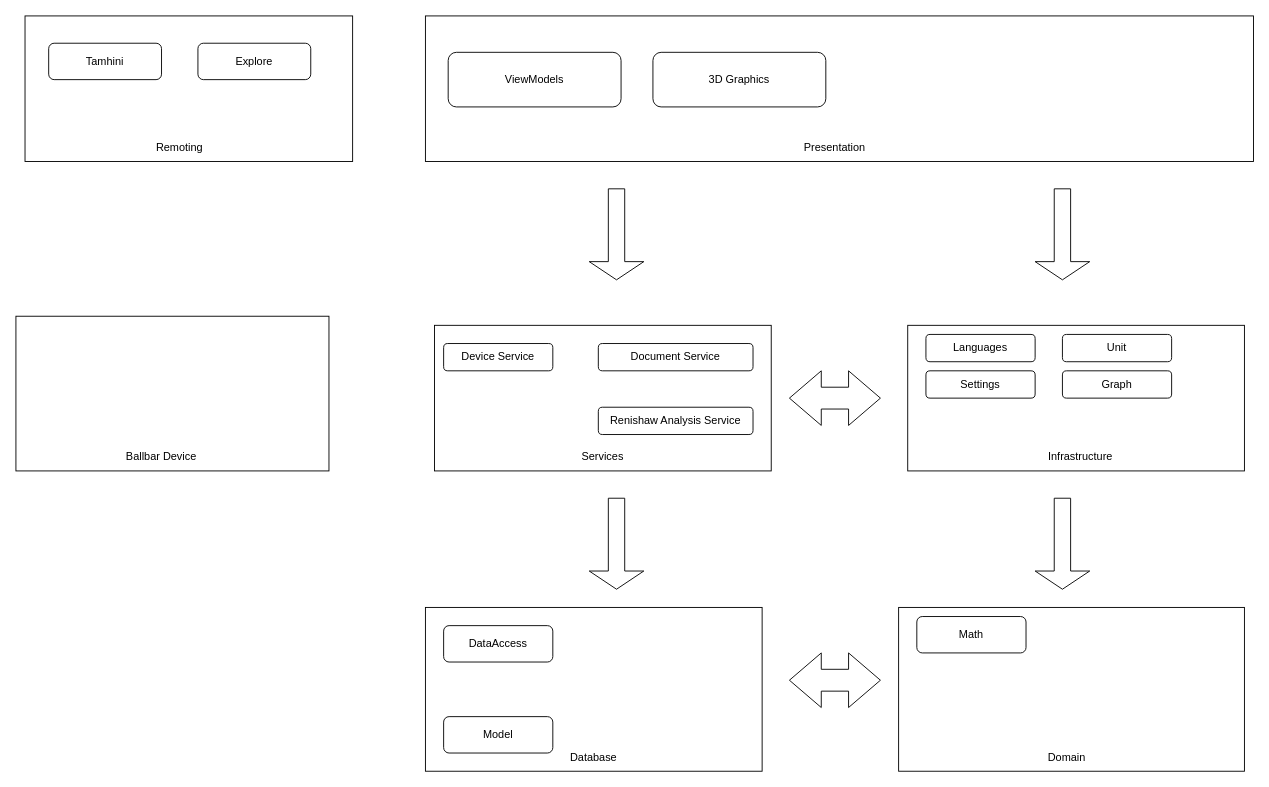
AmolSJawalkar/DrawIO keeps this draw.io diagram as page "Layered Diagram" (1 of 4) of Caesar/Caesar Architecture.drawio. Above is the earlier version. Source tidied: cells renumbered, new cells numbered last; positions are measured from the earlier drawing's top-left corner, leaving out a move shared by most shapes. Both pictures are drawn from the tidied source at 91%, with x=0, y=0 at pixel (15, 15).
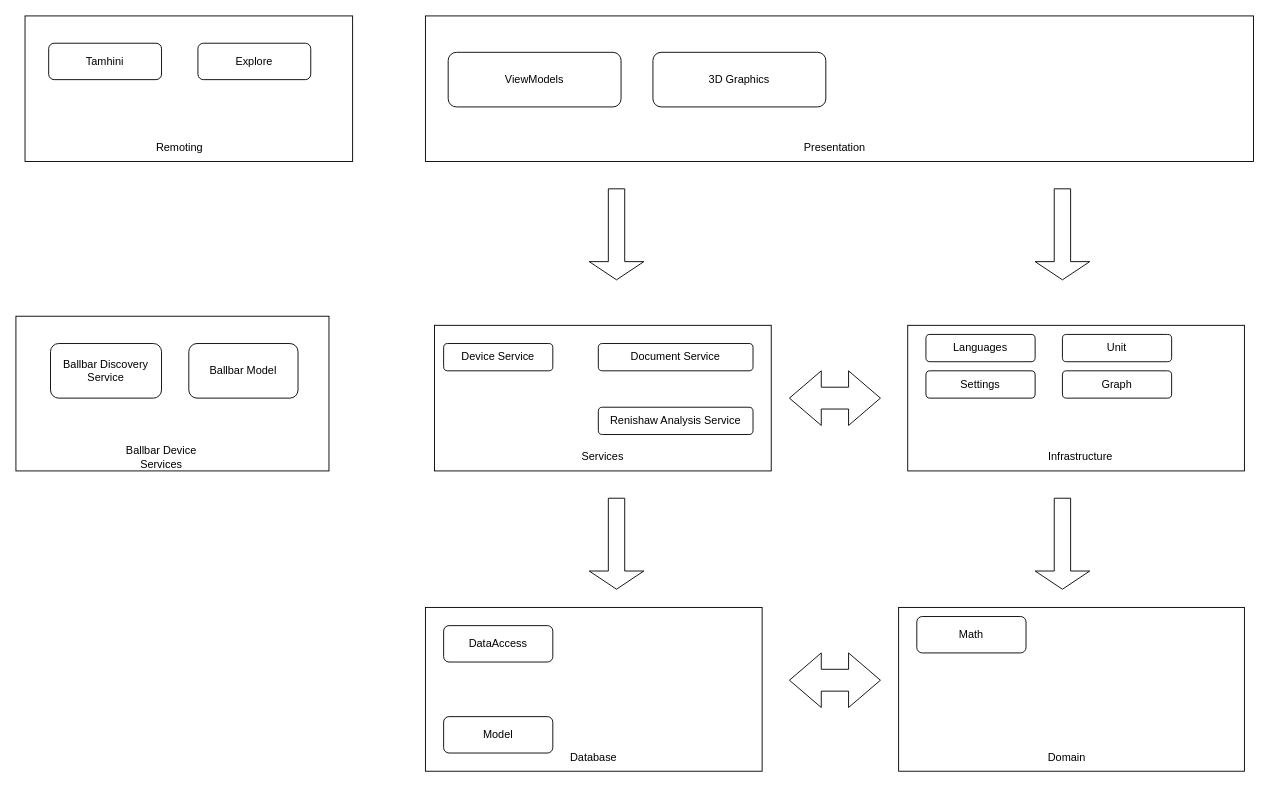
The same page after the edit.

The edit, as a diff of the source:
```diff
@@
-    <mxCell id="30" value="Ballbar Device" style="text;html=1;align=center;verticalAlign=middle;whiteSpace=wrap;rounded=0;" parent="1" vertex="1">
+    <mxCell id="30" value="Ballbar Device Services" style="text;html=1;align=center;verticalAlign=middle;whiteSpace=wrap;rounded=0;" parent="1" vertex="1">
       <mxGeometry x="120" y="470" width="80" height="30" as="geometry" />
     </mxCell>
@@
+    <mxCell id="36" value="Ballbar Discovery Service" style="rounded=1;whiteSpace=wrap;html=1;" parent="1" vertex="1">
+      <mxGeometry x="38" y="360" width="122" height="60" as="geometry" />
+    </mxCell>
+    <mxCell id="37" value="Ballbar Model" style="rounded=1;whiteSpace=wrap;html=1;" parent="1" vertex="1">
+      <mxGeometry x="190" y="360" width="120" height="60" as="geometry" />
+    </mxCell>
```
